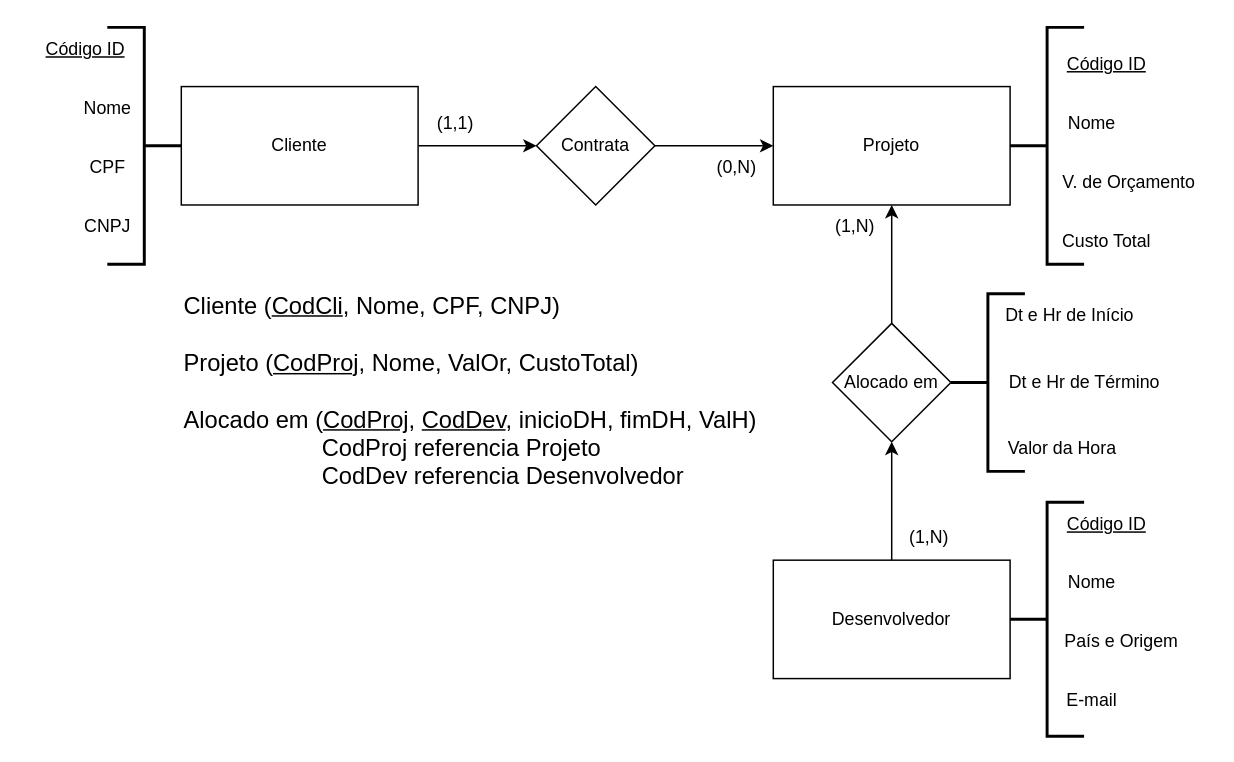
Before: Diagramas/diagrama P2.drawio in BrunoYamacutiFatarelli/drawio, a draw.io diagram. Source tidied: cells renumbered, new cells numbered last; positions are measured from the earlier drawing's top-left corner, leaving out a move shared by most shapes. Both pictures are drawn from the tidied source at 148%, with x=0, y=0 at pixel (25, 27).
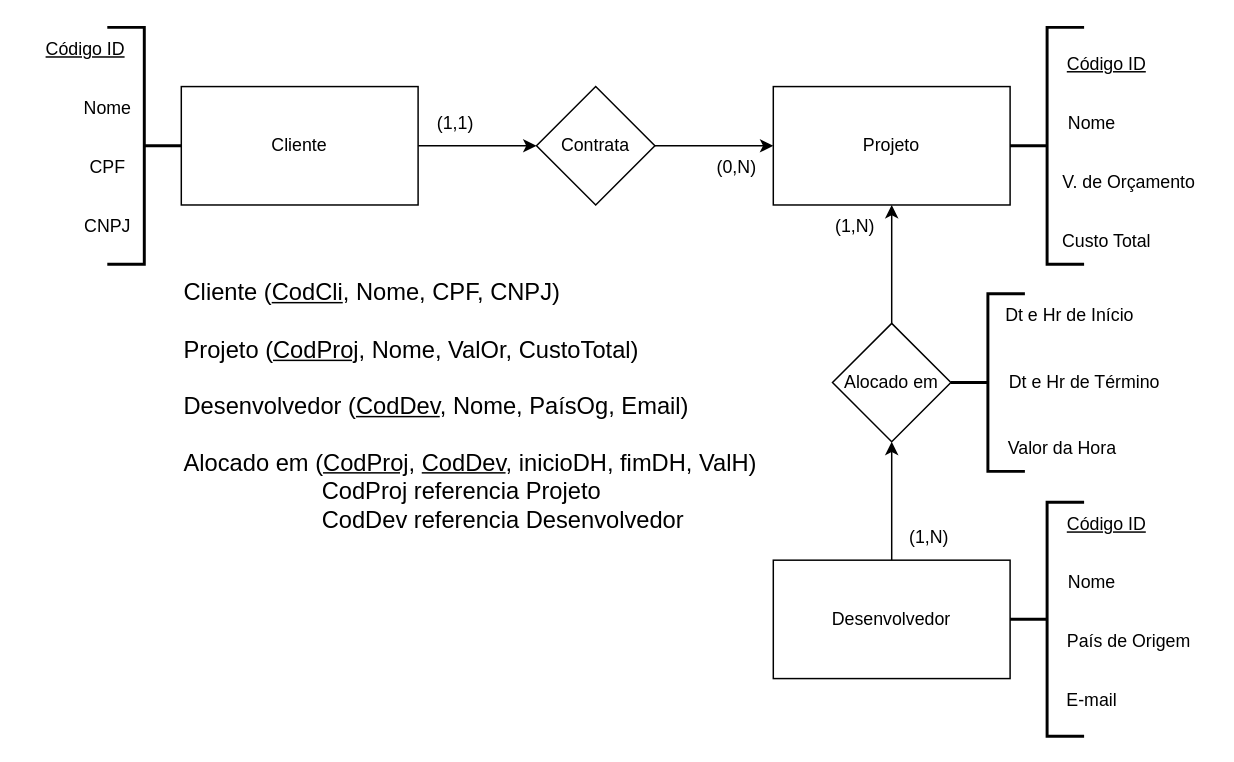
Above is the later version.

What changed in the source:
```diff
@@
-    <mxCell id="28" value="País e Origem" style="text;html=1;align=center;verticalAlign=middle;strokeColor=none;fillColor=none;" parent="1" vertex="1">
-      <mxGeometry x="690" y="400" width="100" height="30" as="geometry" />
+    <mxCell id="28" value="País de Origem" style="text;html=1;align=center;verticalAlign=middle;strokeColor=none;fillColor=none;" parent="1" vertex="1">
+      <mxGeometry x="690" y="400" width="110" height="30" as="geometry" />
     </mxCell>
@@
-    <mxCell id="34" value="Cliente (&lt;u style=&quot;font-size: 16px;&quot;&gt;CodCli&lt;/u&gt;, Nome, CPF, CNPJ)&lt;div style=&quot;font-size: 16px;&quot;&gt;&lt;br style=&quot;font-size: 16px;&quot;&gt;&lt;/div&gt;&lt;div style=&quot;font-size: 16px;&quot;&gt;Projeto (&lt;u style=&quot;font-size: 16px;&quot;&gt;CodProj&lt;/u&gt;, Nome, ValOr, CustoTotal)&lt;/div&gt;&lt;div style=&quot;font-size: 16px;&quot;&gt;&lt;br style=&quot;font-size: 16px;&quot;&gt;&lt;/div&gt;&lt;div style=&quot;font-size: 16px;&quot;&gt;Alocado em (&lt;u style=&quot;font-size: 16px;&quot;&gt;CodProj&lt;/u&gt;, &lt;u style=&quot;font-size: 16px;&quot;&gt;CodDev&lt;/u&gt;, inicioDH, fimDH, ValH)&lt;/div&gt;&lt;div style=&quot;font-size: 16px;&quot;&gt;&amp;nbsp; &amp;nbsp; &amp;nbsp; &amp;nbsp; &amp;nbsp; &amp;nbsp; &amp;nbsp; &amp;nbsp; &amp;nbsp; &amp;nbsp; &amp;nbsp;CodProj referencia Projeto&lt;/div&gt;&lt;div style=&quot;font-size: 16px;&quot;&gt;&amp;nbsp; &amp;nbsp; &amp;nbsp; &amp;nbsp; &amp;nbsp; &amp;nbsp; &amp;nbsp; &amp;nbsp; &amp;nbsp; &amp;nbsp; &amp;nbsp;CodDev referencia Desenvolvedor&lt;/div&gt;" style="text;html=1;align=left;verticalAlign=middle;strokeColor=none;fillColor=none;fontSize=16;" parent="1" vertex="1">
-      <mxGeometry x="105" y="170.9" width="410" height="150" as="geometry" />
+    <mxCell id="34" value="Cliente (&lt;u style=&quot;font-size: 16px;&quot;&gt;CodCli&lt;/u&gt;, Nome, CPF, CNPJ)&lt;div style=&quot;font-size: 16px;&quot;&gt;&lt;br style=&quot;font-size: 16px;&quot;&gt;&lt;/div&gt;&lt;div style=&quot;font-size: 16px;&quot;&gt;Projeto (&lt;u style=&quot;font-size: 16px;&quot;&gt;CodProj&lt;/u&gt;, Nome, ValOr, CustoTotal)&lt;/div&gt;&lt;div style=&quot;font-size: 16px;&quot;&gt;&lt;br&gt;&lt;/div&gt;&lt;div style=&quot;font-size: 16px;&quot;&gt;Desenvolvedor (&lt;u&gt;CodDev&lt;/u&gt;, Nome, PaísOg, Email)&lt;/div&gt;&lt;div style=&quot;font-size: 16px;&quot;&gt;&lt;br style=&quot;font-size: 16px;&quot;&gt;&lt;/div&gt;&lt;div style=&quot;font-size: 16px;&quot;&gt;Alocado em (&lt;u style=&quot;font-size: 16px;&quot;&gt;CodProj&lt;/u&gt;, &lt;u style=&quot;font-size: 16px;&quot;&gt;CodDev&lt;/u&gt;, inicioDH, fimDH, ValH)&lt;/div&gt;&lt;div style=&quot;font-size: 16px;&quot;&gt;&amp;nbsp; &amp;nbsp; &amp;nbsp; &amp;nbsp; &amp;nbsp; &amp;nbsp; &amp;nbsp; &amp;nbsp; &amp;nbsp; &amp;nbsp; &amp;nbsp;CodProj referencia Projeto&lt;/div&gt;&lt;div style=&quot;font-size: 16px;&quot;&gt;&amp;nbsp; &amp;nbsp; &amp;nbsp; &amp;nbsp; &amp;nbsp; &amp;nbsp; &amp;nbsp; &amp;nbsp; &amp;nbsp; &amp;nbsp; &amp;nbsp;CodDev referencia Desenvolvedor&lt;/div&gt;" style="text;html=1;align=left;verticalAlign=middle;strokeColor=none;fillColor=none;fontSize=16;" parent="1" vertex="1">
+      <mxGeometry x="105" y="160.9" width="410" height="190" as="geometry" />
     </mxCell>
```
